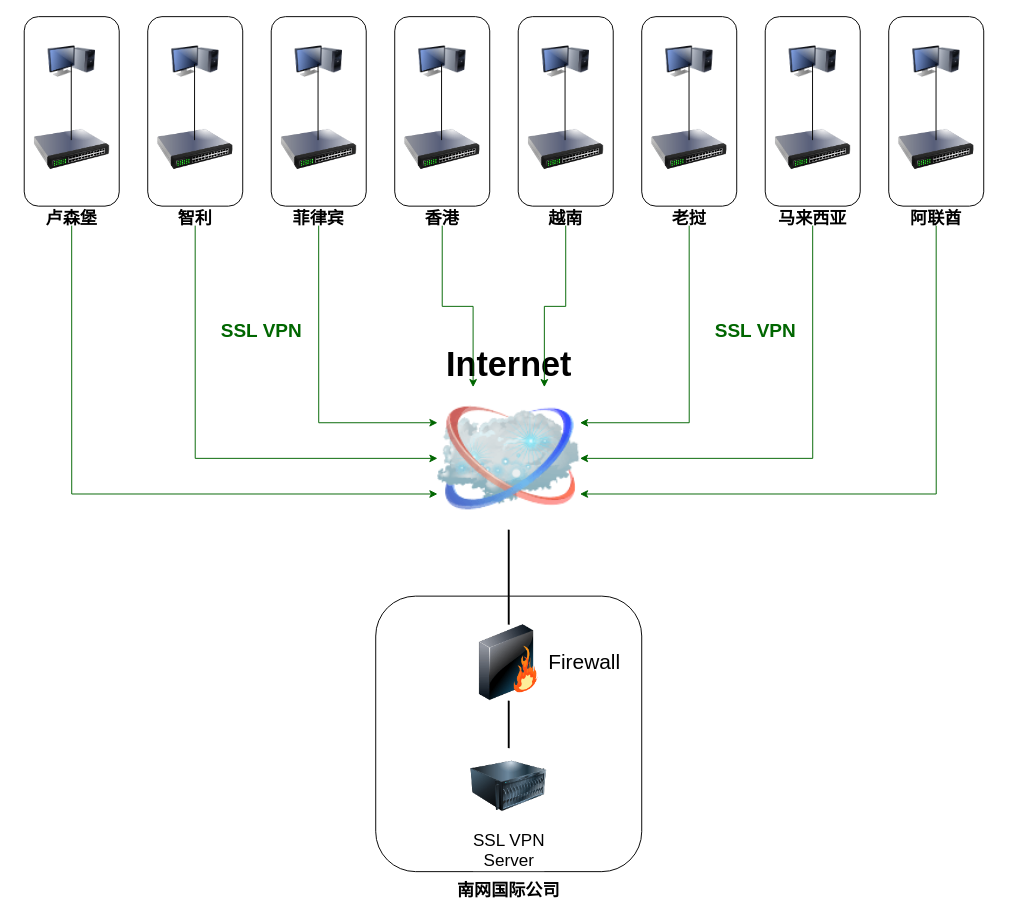
Earlier version of the draw.io diagram page "网络现状" (1 of 4) of 南网国际.drawio (ZILLIONTSANG/NetworkDiagrams). Source tidied: cells renumbered, new cells numbered last; positions are measured from the earlier drawing's top-left corner, leaving out a move shared by most shapes. Both pictures are drawn from the tidied source at 95%, with x=0, y=0 at pixel (15, 16).
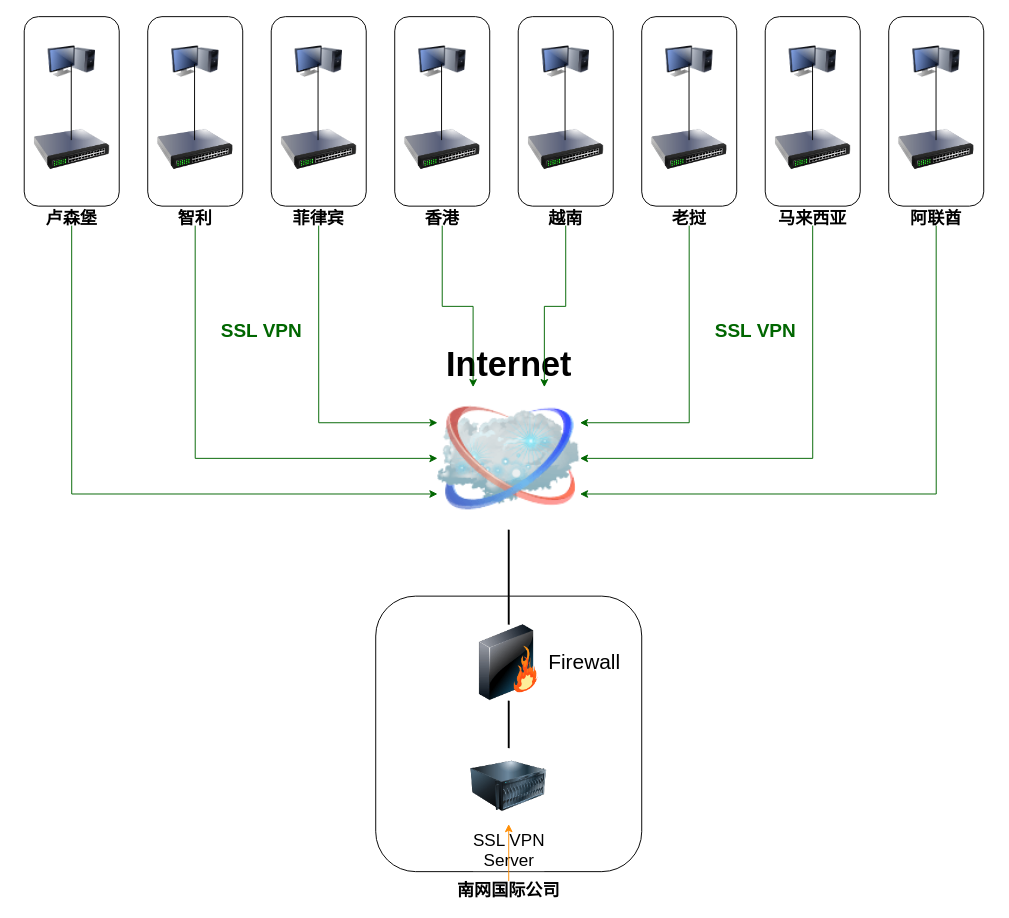
After the change.

Unchanged cells that the change refers to:
```xml
<mxCell id="7" value="&lt;font style=&quot;font-size: 18px&quot;&gt;SSL VPN&lt;br&gt;Server&lt;/font&gt;" style="image;html=1;image=img/lib/clip_art/computers/Server_128x128.png;" parent="1" vertex="1">
  <mxGeometry x="479" y="770" width="80" height="80" as="geometry" />
</mxCell>
<mxCell id="10" value="&lt;span style=&quot;font-size: 18px&quot;&gt;&lt;b&gt;南网国际公司&lt;/b&gt;&lt;/span&gt;" style="text;html=1;strokeColor=none;fillColor=none;align=center;verticalAlign=middle;whiteSpace=wrap;rounded=0;" parent="1" vertex="1">
  <mxGeometry x="459" y="910" width="120" height="20" as="geometry" />
</mxCell>
```

The edit, as a diff of the source:
```diff
@@
+    <mxCell id="60" style="edgeStyle=orthogonalEdgeStyle;rounded=0;jettySize=auto;html=1;strokeColor=#FF8F06;" parent="1" edge="1" source="10" target="7">
+      <mxGeometry relative="1" as="geometry" />
+    </mxCell>
```
